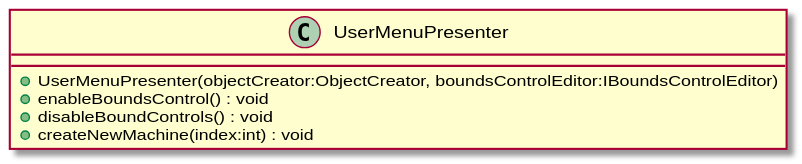
This is UML/Assets/Scripts/UserMenuPresenter.svg from DeNatur/ProductionFloorVisualization, a PlantUML export, as it was before one commit. Source of this version:
```plantuml
@startuml
class UserMenuPresenter {
    + UserMenuPresenter(objectCreator:ObjectCreator, boundsControlEditor:IBoundsControlEditor)
    + enableBoundsControl() : void
    + disableBoundControls() : void
    + createNewMachine(index:int) : void
}
@enduml
```
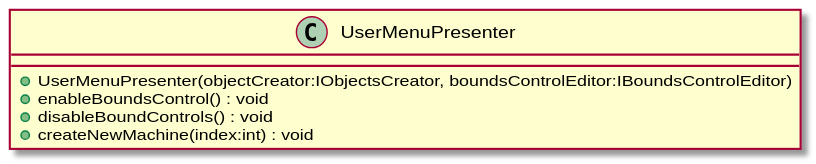
After the change.

The edit, as a diff of the source:
```diff
@@ -1,6 +1,6 @@
 @startuml
 class UserMenuPresenter {
-    + UserMenuPresenter(objectCreator:ObjectCreator, boundsControlEditor:IBoundsControlEditor)
+    + UserMenuPresenter(objectCreator:IObjectsCreator, boundsControlEditor:IBoundsControlEditor)
     + enableBoundsControl() : void
     + disableBoundControls() : void
     + createNewMachine(index:int) : void
```
